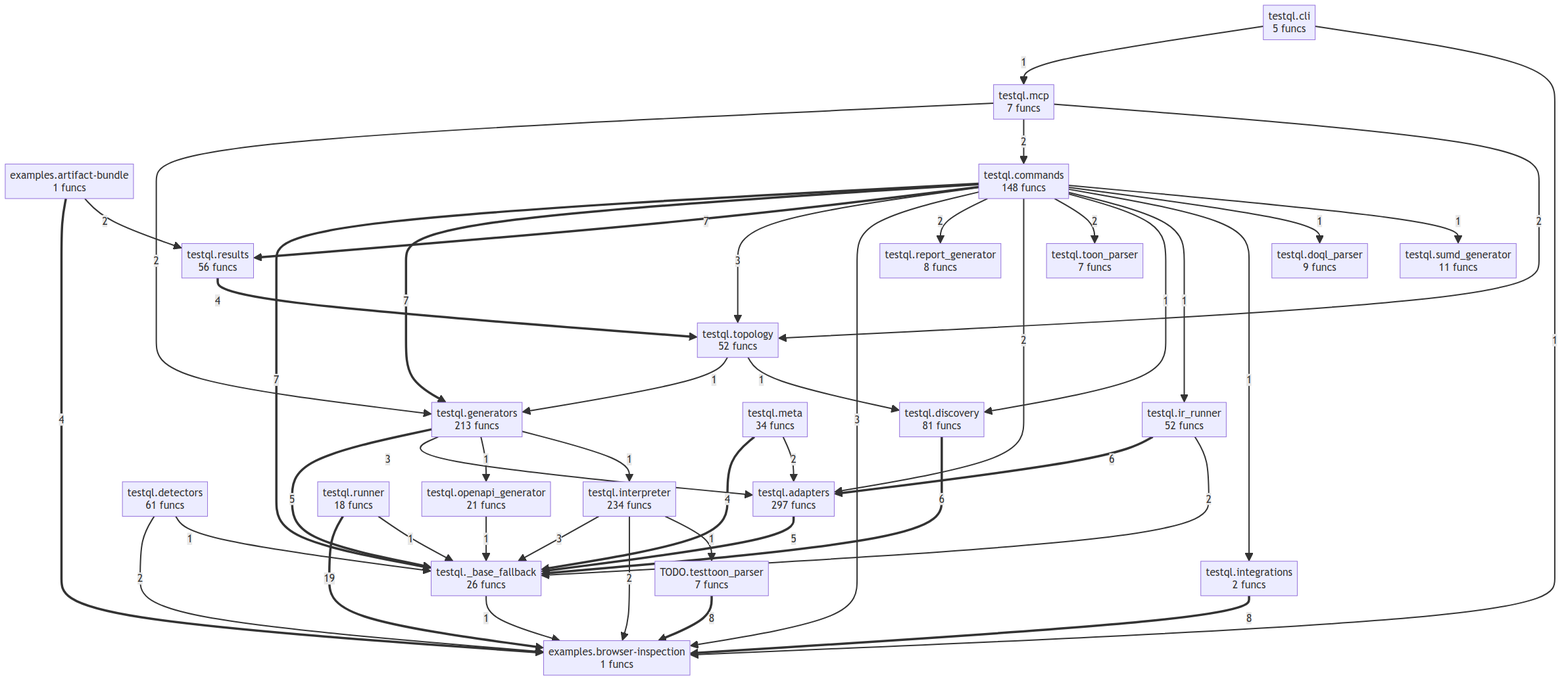
This is project/compact_flow.png from oqlos/testql, a Mermaid export, as it was before one commit. Its source is kept beside it as project/compact_flow.mmd.
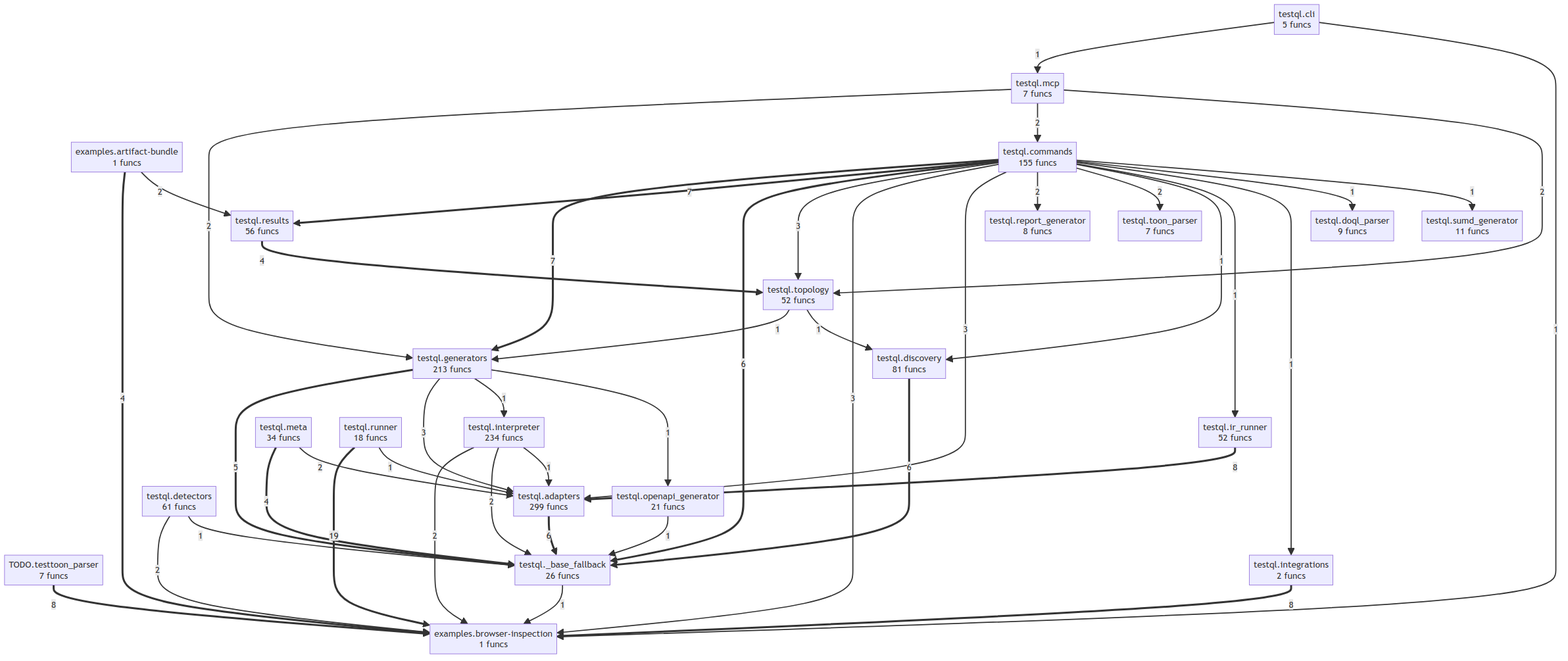
The same file after the commit.

The edit, as a diff of the source:
```diff
@@ -3,9 +3,9 @@
     examples__artifact_bundle["examples.artifact-bundle<br/>1 funcs"]
     examples__browser_inspection["examples.browser-inspection<br/>1 funcs"]
     testql___base_fallback["testql._base_fallback<br/>26 funcs"]
-    testql__adapters["testql.adapters<br/>297 funcs"]
+    testql__adapters["testql.adapters<br/>299 funcs"]
     testql__cli["testql.cli<br/>5 funcs"]
-    testql__commands["testql.commands<br/>148 funcs"]
+    testql__commands["testql.commands<br/>155 funcs"]
     testql__detectors["testql.detectors<br/>61 funcs"]
     testql__discovery["testql.discovery<br/>81 funcs"]
     testql__doql_parser["testql.doql_parser<br/>9 funcs"]
@@ -24,45 +24,44 @@
     testql__topology["testql.topology<br/>52 funcs"]
     testql__runner ==>|19| examples__browser_inspection
     TODO__testtoon_parser ==>|8| examples__browser_inspection
+    testql__ir_runner ==>|8| testql__adapters
     testql__integrations ==>|8| examples__browser_inspection
-    testql__commands ==>|7| testql___base_fallback
     testql__commands ==>|7| testql__generators
     testql__commands ==>|7| testql__results
+    testql__commands ==>|6| testql___base_fallback
     testql__discovery ==>|6| testql___base_fallback
-    testql__ir_runner ==>|6| testql__adapters
+    testql__adapters ==>|6| testql___base_fallback
     testql__generators ==>|5| testql___base_fallback
-    testql__adapters ==>|5| testql___base_fallback
     examples__artifact_bundle ==>|4| examples__browser_inspection
     testql__results ==>|4| testql__topology
     testql__meta ==>|4| testql___base_fallback
     testql__commands -->|3| testql__topology
     testql__commands -->|3| examples__browser_inspection
-    testql__interpreter -->|3| testql___base_fallback
+    testql__commands -->|3| testql__adapters
     testql__generators -->|3| testql__adapters
     examples__artifact_bundle -->|2| testql__results
     testql__commands -->|2| testql__report_generator
-    testql__commands -->|2| testql__adapters
     testql__commands -->|2| testql__toon_parser
     testql__interpreter -->|2| examples__browser_inspection
+    testql__interpreter -->|2| testql___base_fallback
     testql__mcp -->|2| testql__generators
     testql__mcp -->|2| testql__commands
     testql__mcp -->|2| testql__topology
     testql__meta -->|2| testql__adapters
     testql__detectors -->|2| examples__browser_inspection
-    testql__ir_runner -->|2| testql___base_fallback
+    testql__commands -->|1| testql__discovery
+    testql__commands -->|1| testql__ir_runner
     testql__cli -->|1| testql__mcp
     testql__cli -->|1| examples__browser_inspection
-    testql__runner -->|1| testql___base_fallback
-    testql__openapi_generator -->|1| testql___base_fallback
-    testql___base_fallback -->|1| examples__browser_inspection
-    testql__commands -->|1| testql__discovery
-    testql__commands -->|1| testql__ir_runner
     testql__commands -->|1| testql__integrations
     testql__commands -->|1| testql__doql_parser
     testql__commands -->|1| testql__sumd_generator
-    testql__interpreter -->|1| TODO__testtoon_parser
+    testql__openapi_generator -->|1| testql___base_fallback
+    testql__generators -->|1| testql__interpreter
     testql__generators -->|1| testql__openapi_generator
-    testql__generators -->|1| testql__interpreter
     testql__detectors -->|1| testql___base_fallback
+    testql__interpreter -->|1| testql__adapters
+    testql__runner -->|1| testql__adapters
     testql__topology -->|1| testql__generators
     testql__topology -->|1| testql__discovery
+    testql___base_fallback -->|1| examples__browser_inspection
```
